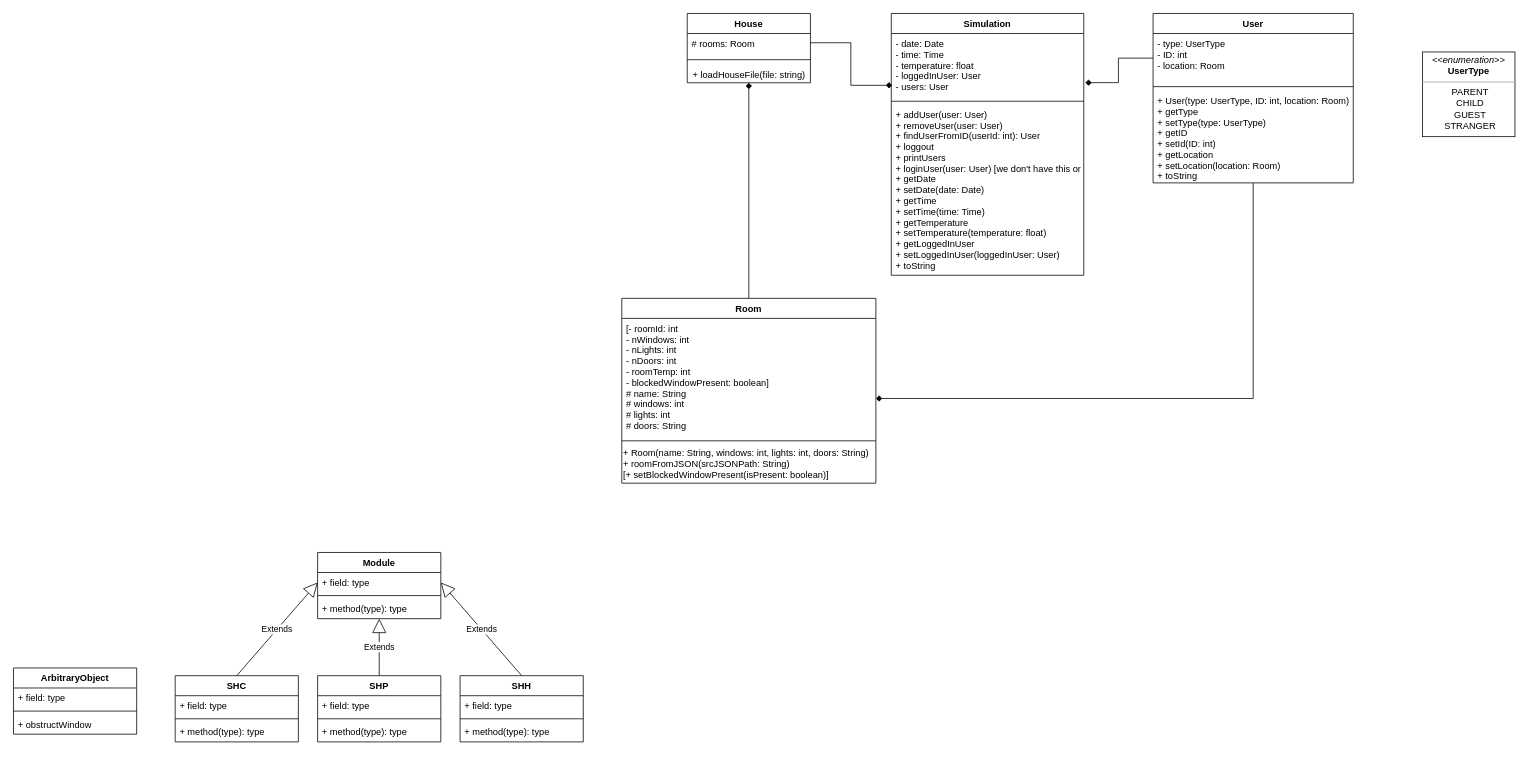
Earlier version of the draw.io diagram page "class" (2 of 3) of homeSysDiagrams.drawio (DGovi/soen343house). Source tidied: cells renumbered, new cells numbered last; positions are measured from the earlier drawing's top-left corner, leaving out a move shared by most shapes. Both pictures are drawn from the tidied source at 77%, with x=0, y=0 at pixel (13, 13).
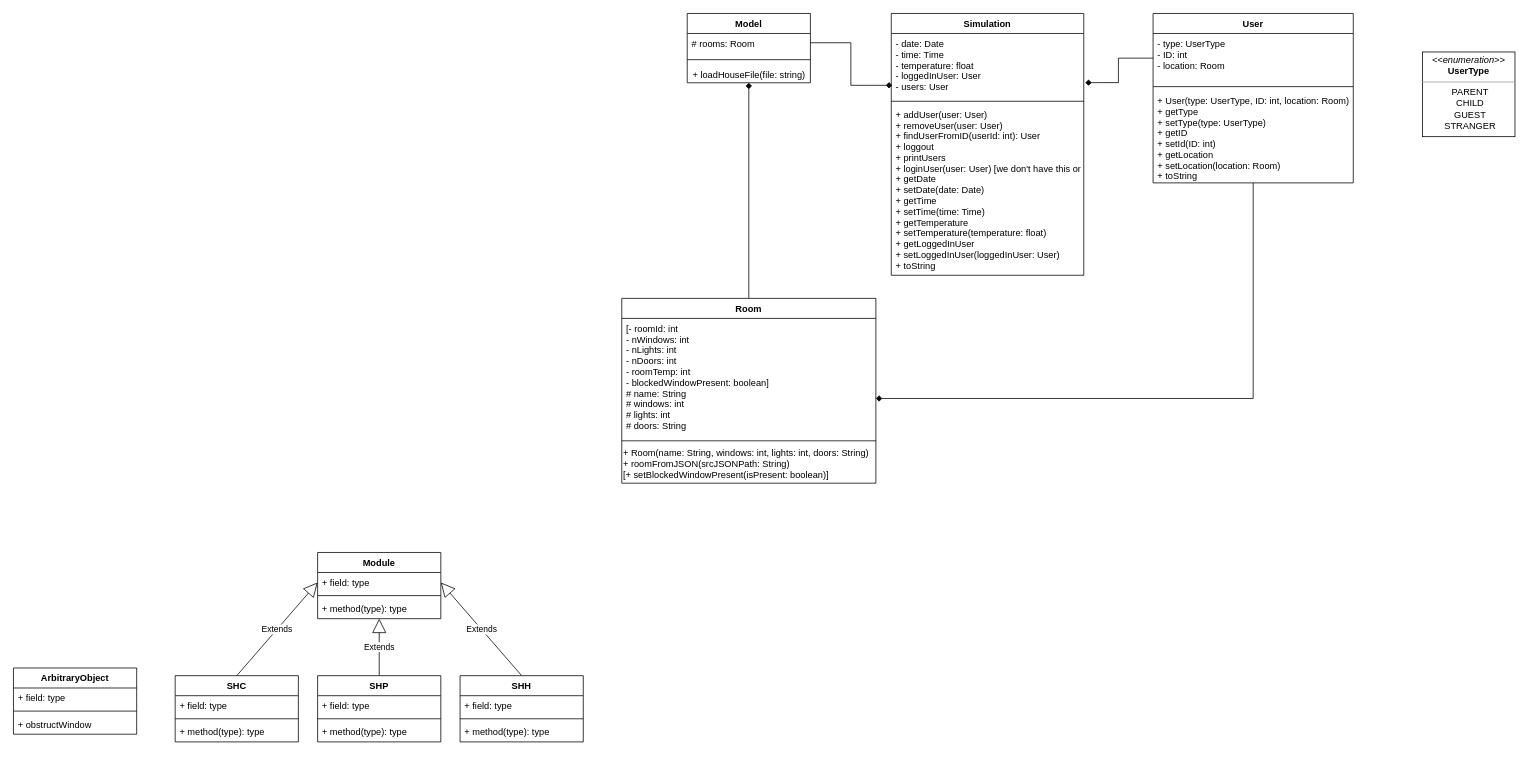
The same page after the edit.

What changed in the source:
```diff
@@
-    <mxCell id="13" value="House" style="swimlane;fontStyle=1;align=center;verticalAlign=top;horizontal=1;startSize=26;" parent="1" vertex="1">
+    <mxCell id="13" value="Model" style="swimlane;fontStyle=1;align=center;verticalAlign=top;horizontal=1;startSize=26;" parent="1" vertex="1">
       <mxGeometry x="875" width="160" height="90" as="geometry" />
     </mxCell>
```
